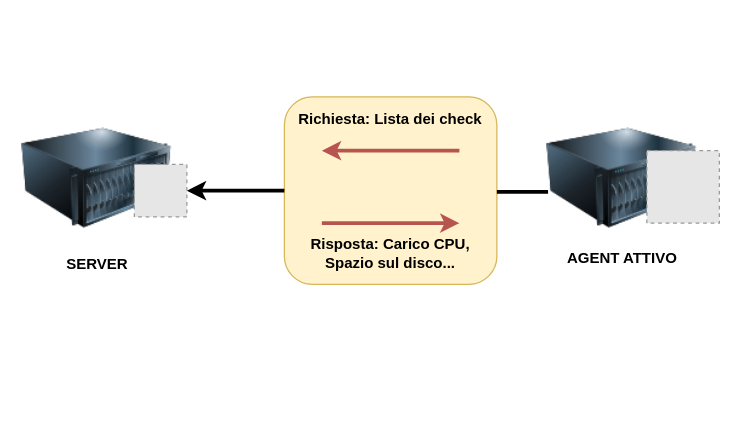
Earlier version of the draw.io diagram active_agent.drawio (padowla/super-fortnight). Source tidied: cells renumbered, new cells numbered last; positions are measured from the earlier drawing's top-left corner, leaving out a move shared by most shapes. Both pictures are drawn from the tidied source at 125%, with x=0, y=0 at pixel (21, 96). Pictures stored in the file or linked from it are replaced by grey dashed boxes.
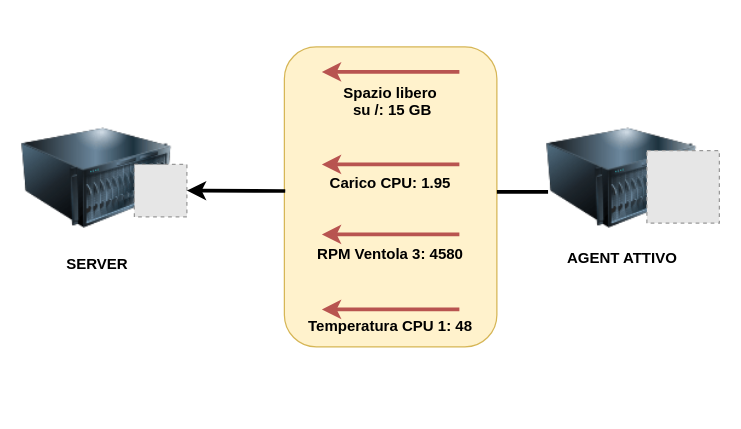
The same diagram, later.

What changed in the source:
```diff
@@
 <mxGraphModel>
   <root>
     <mxCell id="0" />
     <mxCell id="1" parent="0" />
     <mxCell id="2" value="&lt;b&gt;SERVER&lt;/b&gt;" style="image;html=1;image=img/lib/clip_art/computers/Server_128x128.png;" parent="1" vertex="1">
       <mxGeometry y="10" width="120" height="110" as="geometry" />
     </mxCell>
     <mxCell id="3" value="&lt;b&gt;AGENT ATTIVO&lt;br&gt;&lt;/b&gt;" style="image;html=1;image=img/lib/clip_art/computers/Server_128x128.png;" parent="1" vertex="1">
       <mxGeometry x="420" y="15" width="120" height="100" as="geometry" />
     </mxCell>
     <mxCell id="4" style="fillColor=#E6E6E6;strokeColor=#999999;dashed=1;verticalLabelPosition=bottom;labelBackgroundColor=#ffffff;verticalAlign=top;" parent="1" vertex="1">
       <mxGeometry x="90" y="54" width="42" height="42" as="geometry" />
     </mxCell>
     <mxCell id="5" style="fillColor=#E6E6E6;strokeColor=#999999;dashed=1;html=1;verticalAlign=top;verticalLabelPosition=bottom;labelBackgroundColor=#ffffff;" parent="1" vertex="1">
       <mxGeometry x="500" y="43" width="58" height="58" as="geometry" />
     </mxCell>
     <mxCell id="6" style="rounded=1;whiteSpace=wrap;html=1;fillColor=#fff2cc;strokeColor=#d6b656;" parent="1" vertex="1">
-      <mxGeometry x="210" width="170" height="150" as="geometry" />
+      <mxGeometry x="210" y="-40" width="170" height="240" as="geometry" />
     </mxCell>
     <mxCell id="7" style="endArrow=none;html=1;strokeWidth=3;entryX=0.008;entryY=0.61;entryDx=0;entryDy=0;entryPerimeter=0;" parent="1" edge="1" target="3">
       <mxGeometry relative="1" as="geometry">
         <mxPoint x="380" y="76" as="sourcePoint" />
       </mxGeometry>
     </mxCell>
-    <mxCell id="8" value="&lt;div&gt;&lt;b&gt;Richiesta: Lista dei check&lt;br&gt;&lt;/b&gt;&lt;/div&gt;&lt;div&gt;&lt;b&gt;&lt;br&gt;&lt;/b&gt;&lt;/div&gt;&lt;div&gt;&lt;b&gt;&lt;br&gt;&lt;/b&gt;&lt;/div&gt;&lt;div&gt;&lt;b&gt;&lt;br&gt;&lt;/b&gt;&lt;/div&gt;&lt;div&gt;&lt;b&gt;&lt;br&gt;&lt;/b&gt;&lt;/div&gt;&lt;div&gt;&lt;br&gt;&lt;/div&gt;&lt;div&gt;&lt;br&gt;&lt;/div&gt;&lt;div&gt;&lt;b&gt;Risposta: Carico CPU, Spazio sul disco...&lt;br&gt;&lt;/b&gt;&lt;/div&gt;" style="text;html=1;strokeColor=none;fillColor=none;align=center;verticalAlign=middle;whiteSpace=wrap;rounded=0;" parent="1" vertex="1">
-      <mxGeometry x="210" width="170" height="150" as="geometry" />
+    <mxCell id="8" value="&lt;b&gt;Spazio libero&lt;br&gt;&lt;/b&gt;&lt;div&gt;&lt;b&gt;&amp;nbsp;su /: 15 GB&lt;/b&gt;&lt;/div&gt;&lt;div&gt;&lt;b&gt;&lt;br&gt;&lt;/b&gt;&lt;/div&gt;&lt;div&gt;&lt;b&gt;&lt;br&gt;&lt;/b&gt;&lt;/div&gt;&lt;div&gt;&lt;b&gt;&lt;br&gt;&lt;/b&gt;&lt;/div&gt;&lt;div&gt;&lt;b&gt;Carico CPU: 1.95&lt;/b&gt;&lt;/div&gt;&lt;div&gt;&lt;b&gt;&lt;br&gt;&lt;/b&gt;&lt;/div&gt;&lt;div&gt;&lt;b&gt;&lt;br&gt;&lt;/b&gt;&lt;/div&gt;&lt;div&gt;&lt;b&gt;&lt;br&gt;&lt;/b&gt;&lt;/div&gt;&lt;div&gt;&lt;b&gt;RPM Ventola 3: 4580&lt;/b&gt;&lt;/div&gt;&lt;div&gt;&lt;b&gt;&lt;br&gt;&lt;/b&gt;&lt;/div&gt;&lt;div&gt;&lt;b&gt;&lt;br&gt;&lt;/b&gt;&lt;/div&gt;&lt;div&gt;&lt;b&gt;&lt;br&gt;&lt;/b&gt;&lt;/div&gt;&lt;div&gt;&lt;b&gt;Temperatura CPU 1: 48&lt;br&gt;&lt;/b&gt;&lt;/div&gt;" style="text;html=1;strokeColor=none;fillColor=none;align=center;verticalAlign=middle;whiteSpace=wrap;rounded=0;" parent="1" vertex="1">
+      <mxGeometry x="210" y="-60" width="170" height="300" as="geometry" />
     </mxCell>
     <mxCell id="9" style="endArrow=classic;html=1;strokeWidth=3;fillColor=#f8cecc;strokeColor=#b85450;" parent="1" edge="1">
       <mxGeometry relative="1" as="geometry">
-        <mxPoint x="240" y="101" as="sourcePoint" />
-        <mxPoint x="350" y="101" as="targetPoint" />
+        <mxPoint x="350" y="54" as="sourcePoint" />
+        <mxPoint x="240" y="54" as="targetPoint" />
       </mxGeometry>
     </mxCell>
     <mxCell id="10" style="endArrow=classic;html=1;strokeWidth=3;fillColor=#f8cecc;strokeColor=#b85450;" parent="1" edge="1">
       <mxGeometry relative="1" as="geometry">
-        <mxPoint x="350" y="43" as="sourcePoint" />
-        <mxPoint x="240" y="43" as="targetPoint" />
+        <mxPoint x="350" y="-20" as="sourcePoint" />
+        <mxPoint x="240" y="-20" as="targetPoint" />
       </mxGeometry>
     </mxCell>
-    <mxCell id="11" style="endArrow=classic;html=1;strokeWidth=3;exitX=0;exitY=0.5;exitDx=0;exitDy=0;entryX=1;entryY=0.5;entryDx=0;entryDy=0;" parent="1" edge="1" source="8" target="4">
+    <mxCell id="11" style="endArrow=classic;html=1;strokeWidth=3;exitX=0.004;exitY=0.451;exitDx=0;exitDy=0;entryX=1;entryY=0.5;entryDx=0;entryDy=0;exitPerimeter=0;" parent="1" edge="1" source="8" target="4">
       <mxGeometry relative="1" as="geometry" />
     </mxCell>
+    <mxCell id="12" style="endArrow=classic;html=1;strokeWidth=3;fillColor=#f8cecc;strokeColor=#b85450;" parent="1" edge="1">
+      <mxGeometry relative="1" as="geometry">
+        <mxPoint x="350" y="110" as="sourcePoint" />
+        <mxPoint x="240" y="110" as="targetPoint" />
+      </mxGeometry>
+    </mxCell>
+    <mxCell id="13" style="endArrow=classic;html=1;strokeWidth=3;fillColor=#f8cecc;strokeColor=#b85450;" parent="1" edge="1">
+      <mxGeometry relative="1" as="geometry">
+        <mxPoint x="350" y="170" as="sourcePoint" />
+        <mxPoint x="240" y="170" as="targetPoint" />
+      </mxGeometry>
+    </mxCell>
+    <mxCell id="14" style="edgeStyle=orthogonalEdgeStyle;rounded=0;orthogonalLoop=1;jettySize=auto;html=1;exitX=0.5;exitY=1;exitDx=0;exitDy=0;" parent="1" edge="1" source="8" target="8">
+      <mxGeometry relative="1" as="geometry" />
+    </mxCell>
   </root>
 </mxGraphModel>
```
